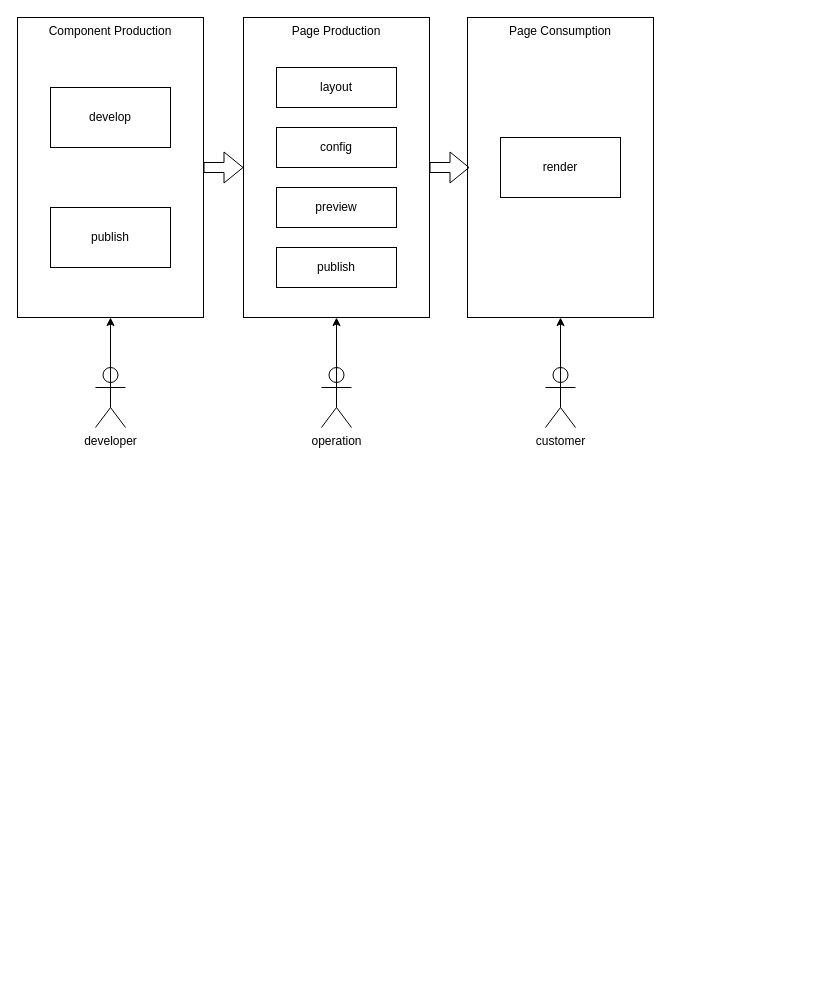
devlee/algorithms keeps this draw.io diagram as Untitled Diagram.drawio. Above is the earlier version. Source tidied: cells renumbered, new cells numbered last; positions are measured from the earlier drawing's top-left corner, leaving out a move shared by most shapes. Both pictures are drawn from the tidied source at 100%, with x=0, y=0 at pixel (17, 17).
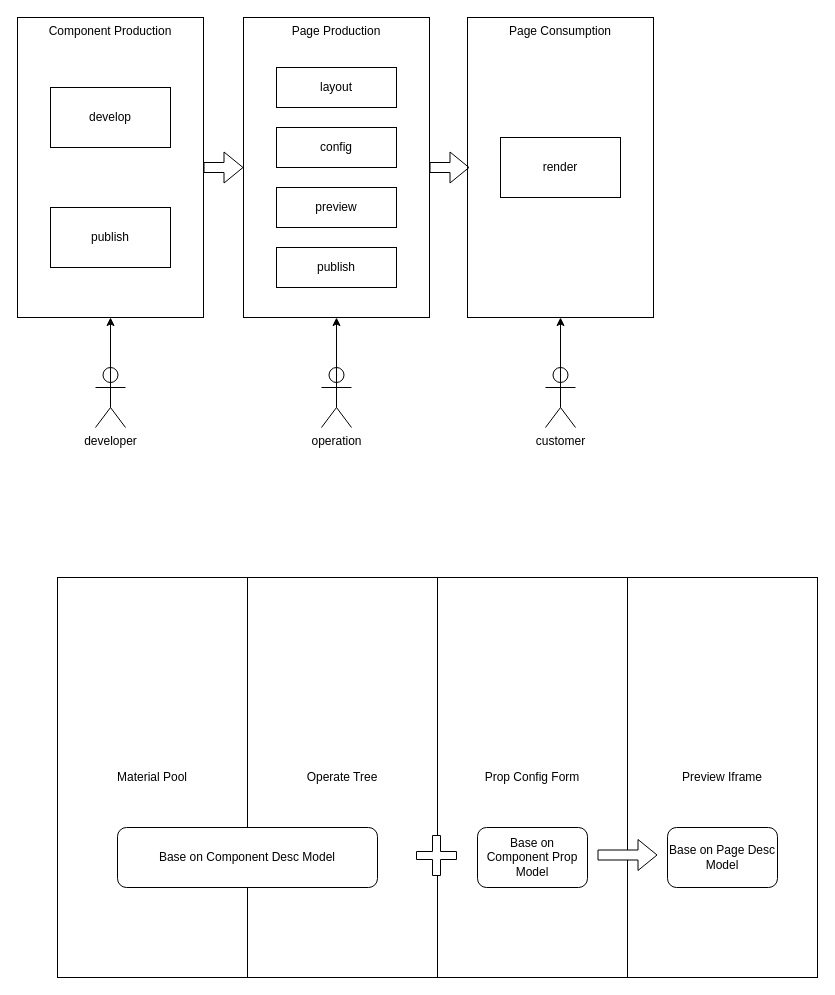
Above is the later version.

The edit, as a diff of the source:
```diff
@@
+    <mxCell id="20" style="rounded=0;whiteSpace=wrap;html=1;" parent="1" vertex="1">
+      <mxGeometry x="40" y="560" width="760" height="400" as="geometry" />
+    </mxCell>
+    <mxCell id="21" value="Material Pool" style="rounded=0;whiteSpace=wrap;html=1;" parent="1" vertex="1">
+      <mxGeometry x="40" y="560" width="190" height="400" as="geometry" />
+    </mxCell>
+    <mxCell id="22" value="Operate Tree" style="rounded=0;whiteSpace=wrap;html=1;" parent="1" vertex="1">
+      <mxGeometry x="230" y="560" width="190" height="400" as="geometry" />
+    </mxCell>
+    <mxCell id="23" value="Prop Config Form" style="rounded=0;whiteSpace=wrap;html=1;" parent="1" vertex="1">
+      <mxGeometry x="420" y="560" width="190" height="400" as="geometry" />
+    </mxCell>
+    <mxCell id="24" value="Preview Iframe" style="rounded=0;whiteSpace=wrap;html=1;" parent="1" vertex="1">
+      <mxGeometry x="610" y="560" width="190" height="400" as="geometry" />
+    </mxCell>
+    <mxCell id="25" value="Base on Component Desc Model" style="rounded=1;whiteSpace=wrap;html=1;" parent="1" vertex="1">
+      <mxGeometry x="100" y="810" width="260" height="60" as="geometry" />
+    </mxCell>
+    <mxCell id="26" value="Base on Component Prop Model" style="rounded=1;whiteSpace=wrap;html=1;" parent="1" vertex="1">
+      <mxGeometry x="460" y="810" width="110" height="60" as="geometry" />
+    </mxCell>
+    <mxCell id="27" value="Base on Page Desc Model" style="rounded=1;whiteSpace=wrap;html=1;" parent="1" vertex="1">
+      <mxGeometry x="650" y="810" width="110" height="60" as="geometry" />
+    </mxCell>
+    <mxCell id="28" style="shape=cross;whiteSpace=wrap;html=1;" parent="1" vertex="1">
+      <mxGeometry x="399" y="818" width="40" height="40" as="geometry" />
+    </mxCell>
+    <mxCell id="29" style="shape=flexArrow;endArrow=classic;html=1;rounded=0;fillColor=#FFFFFF;" parent="1" edge="1">
+      <mxGeometry relative="1" as="geometry">
+        <mxPoint x="580" y="837.5" as="sourcePoint" />
+        <mxPoint x="640" y="837.5" as="targetPoint" />
+      </mxGeometry>
+    </mxCell>
```
